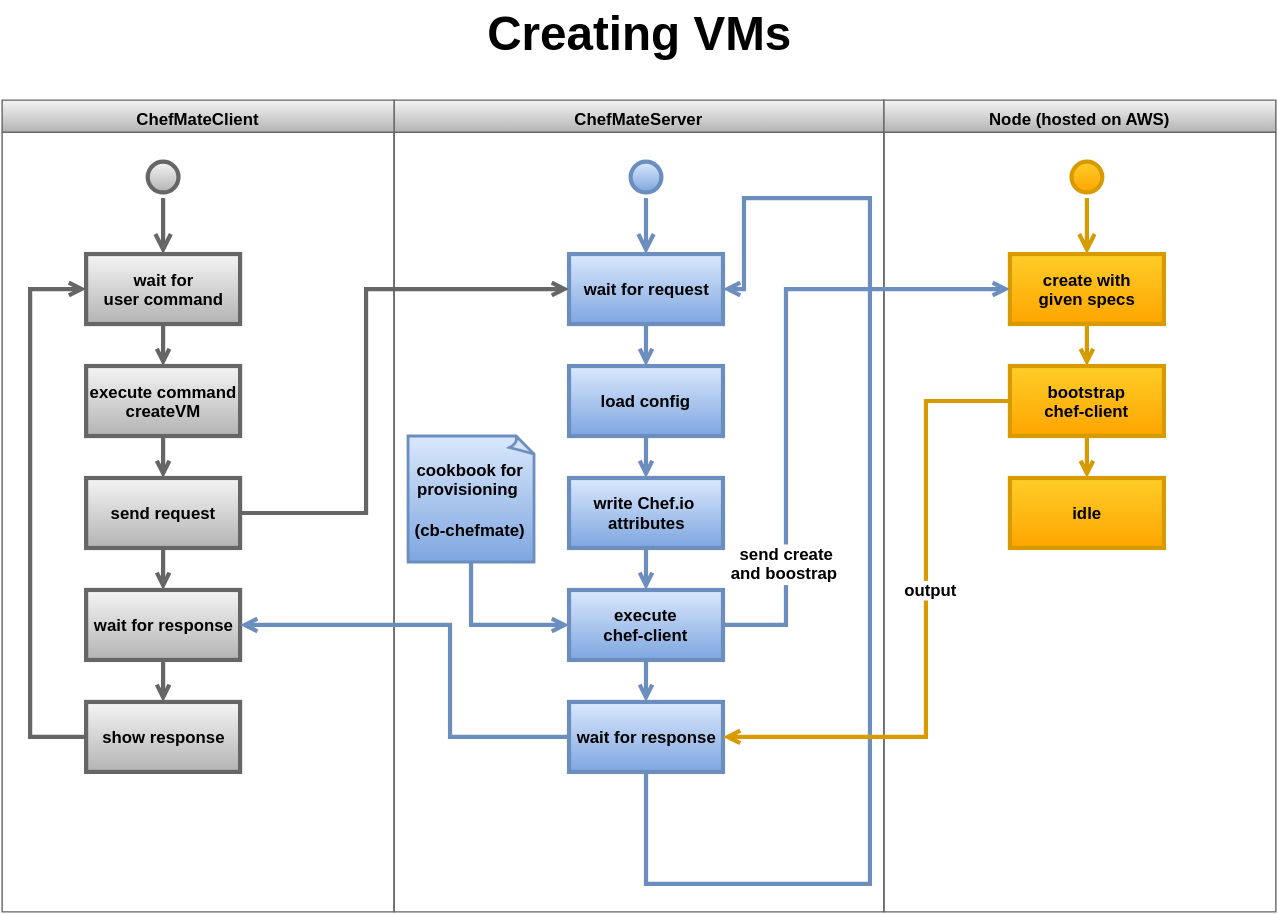
APIBrickwork/AWSLambda-gRPC-API keeps this draw.io diagram as chefmateserver/diagrams/createVM_activitydiag.svg. Above is the earlier version. Source tidied: cells renumbered, new cells last; positions are measured from the earlier drawing's top-left corner, leaving out a move shared by most shapes.
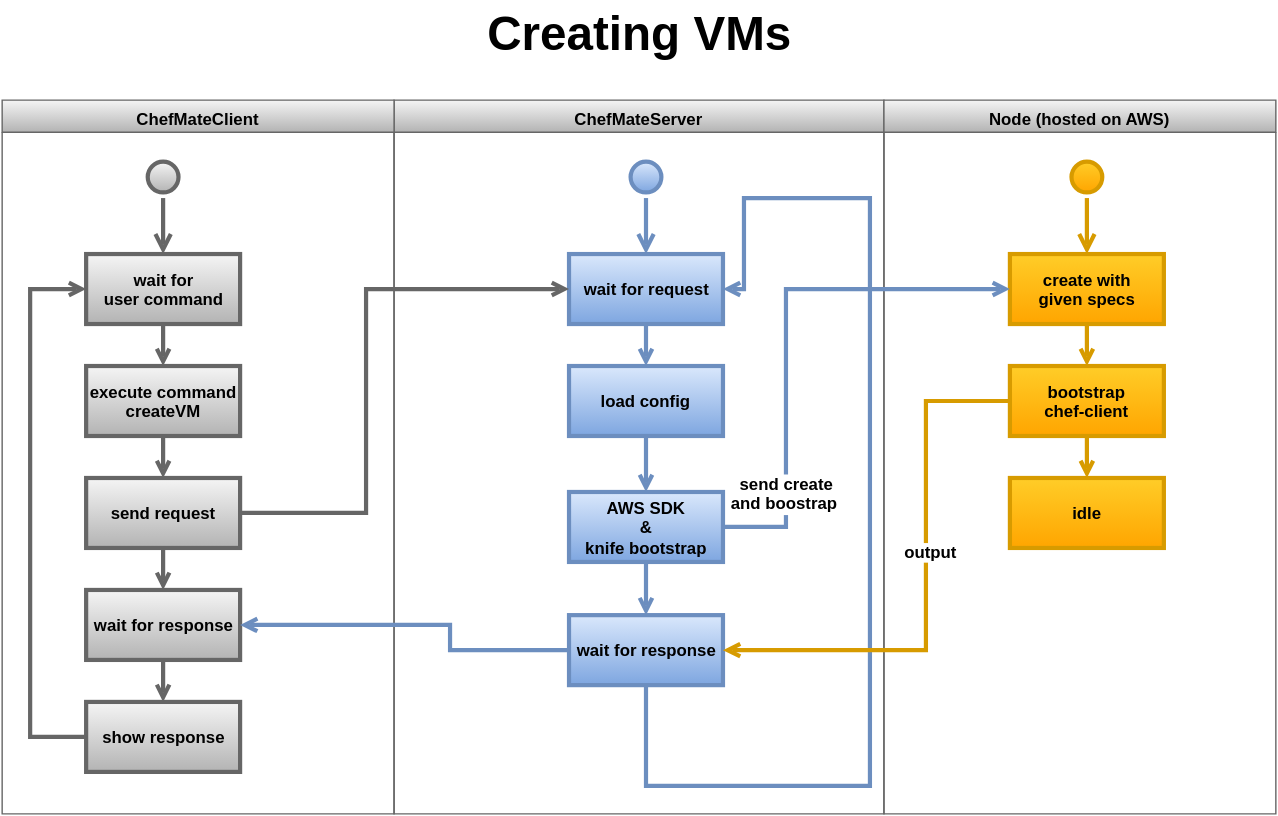
After the commit.

Commit message:
Adapted createVM activity diagrams to match new approach with AWS SDK

Change to the diagram source:
```diff
@@ -3,7 +3,7 @@
     <mxCell id="0" style="html=1;" />
     <mxCell id="1" style="html=1;" parent="0" />
     <mxCell id="2" value="ChefMateServer" style="swimlane;whiteSpace=wrap;html=1;shadow=0;plain-gray;" parent="1" vertex="1">
-      <mxGeometry x="280" y="70" width="350" height="580" as="geometry" />
+      <mxGeometry x="280" y="70" width="350" height="510" as="geometry" />
     </mxCell>
     <mxCell id="3" style="ellipse;shape=startState;html=1;strokeWidth=3;shadow=0;plain-blue;" parent="2" vertex="1">
       <mxGeometry x="165" y="40" width="30" height="30" as="geometry" />
@@ -20,47 +20,31 @@
     <mxCell id="7" style="endArrow=open;endFill=1;rounded=0;html=1;fontStyle=1;strokeWidth=3;shadow=0;plain-blue;" parent="2" edge="1" source="5" target="6">
       <mxGeometry relative="1" as="geometry" />
     </mxCell>
-    <mxCell id="8" style="edgeStyle=none;rounded=0;html=1;exitX=0.5;exitY=1;entryX=0.5;entryY=0;shadow=0;endArrow=open;endFill=0;jettySize=auto;strokeWidth=3;plain-blue;" parent="2" edge="1" source="9" target="12">
-      <mxGeometry relative="1" as="geometry" />
-    </mxCell>
-    <mxCell id="9" value="write Chef.io&amp;nbsp;&lt;br&gt;attributes" style="text;html=1;align=center;verticalAlign=middle;fontStyle=1;strokeWidth=3;shadow=0;plain-blue;" parent="2" vertex="1">
-      <mxGeometry x="125" y="270" width="110" height="50" as="geometry" />
-    </mxCell>
-    <mxCell id="10" style="endArrow=open;endFill=1;rounded=0;html=1;fontStyle=1;strokeWidth=3;shadow=0;plain-blue;" parent="2" edge="1" source="6" target="9">
+    <mxCell id="10" style="endArrow=open;endFill=1;rounded=0;html=1;fontStyle=1;strokeWidth=3;shadow=0;plain-blue;" parent="2" edge="1" source="6" target="12">
       <mxGeometry relative="1" as="geometry" />
     </mxCell>
+    <mxCell id="12" value="AWS SDK&lt;br&gt;&amp;amp;&lt;br&gt;knife bootstrap" style="text;html=1;align=center;verticalAlign=middle;fontStyle=1;strokeWidth=3;shadow=0;plain-blue;" parent="2" vertex="1">
+      <mxGeometry x="125" y="280" width="110" height="50" as="geometry" />
+    </mxCell>
+    <mxCell id="16" value="wait for response" style="text;html=1;align=center;verticalAlign=middle;fontStyle=1;strokeWidth=3;shadow=0;plain-blue;" parent="2" vertex="1">
+      <mxGeometry x="125" y="368" width="110" height="50" as="geometry" />
+    </mxCell>
     <mxCell id="11" style="edgeStyle=none;rounded=0;html=1;exitX=0.5;exitY=1;shadow=0;endArrow=open;endFill=0;jettySize=auto;strokeWidth=3;plain-blue;" parent="2" edge="1" source="12" target="16">
       <mxGeometry relative="1" as="geometry" />
     </mxCell>
-    <mxCell id="12" value="execute&lt;br&gt;chef-client&lt;br&gt;" style="text;html=1;align=center;verticalAlign=middle;fontStyle=1;strokeWidth=3;shadow=0;plain-blue;" parent="2" vertex="1">
-      <mxGeometry x="125" y="350" width="110" height="50" as="geometry" />
-    </mxCell>
-    <mxCell id="13" style="edgeStyle=none;rounded=0;html=1;exitX=0.5;exitY=1;exitPerimeter=0;entryX=0;entryY=0.5;shadow=0;endArrow=open;endFill=0;jettySize=auto;strokeWidth=3;plain-blue;" parent="2" edge="1" source="14" target="12">
-      <mxGeometry relative="1" as="geometry">
-        <Array as="points">
-          <mxPoint x="55" y="375" />
-        </Array>
-      </mxGeometry>
-    </mxCell>
-    <mxCell id="14" value="&lt;div&gt;&lt;b&gt;cookbook for&lt;/b&gt;&lt;b&gt;&lt;br&gt;&lt;/b&gt;&lt;/div&gt;&lt;b&gt;provisioning&amp;nbsp;&lt;br&gt;&lt;br&gt;(cb-chefmate)&lt;/b&gt;" style="strokeWidth=2;whiteSpace=wrap;html=1;shape=mxgraph.basic.document;shadow=0;plain-blue;" parent="2" vertex="1">
-      <mxGeometry x="10" y="240" width="90" height="90" as="geometry" />
-    </mxCell>
     <mxCell id="15" style="edgeStyle=none;rounded=0;html=1;exitX=0.5;exitY=1;entryX=1;entryY=0.5;shadow=0;endArrow=open;endFill=0;jettySize=auto;strokeWidth=3;plain-blue;" parent="2" edge="1" source="16" target="5">
       <mxGeometry relative="1" as="geometry">
         <Array as="points">
-          <mxPoint x="180" y="560" />
-          <mxPoint x="340" y="560" />
+          <mxPoint x="180" y="490" />
+          <mxPoint x="340" y="490" />
           <mxPoint x="340" y="70" />
           <mxPoint x="250" y="70" />
           <mxPoint x="250" y="135" />
         </Array>
       </mxGeometry>
     </mxCell>
-    <mxCell id="16" value="wait for response" style="text;html=1;align=center;verticalAlign=middle;fontStyle=1;strokeWidth=3;shadow=0;plain-blue;" parent="2" vertex="1">
-      <mxGeometry x="125" y="430" width="110" height="50" as="geometry" />
-    </mxCell>
     <mxCell id="17" value="Node (hosted on AWS)" style="swimlane;whiteSpace=wrap;html=1;shadow=0;plain-gray;" parent="1" vertex="1">
-      <mxGeometry x="630" y="70" width="280" height="580" as="geometry" />
+      <mxGeometry x="630" y="70" width="280" height="510" as="geometry" />
     </mxCell>
     <mxCell id="18" style="ellipse;shape=startState;html=1;strokeWidth=3;shadow=0;plain-orange;" parent="17" vertex="1">
       <mxGeometry x="130" y="40" width="30" height="30" as="geometry" />
@@ -74,17 +58,17 @@
     <mxCell id="21" style="endArrow=open;endFill=1;rounded=0;html=1;fontStyle=1;strokeWidth=3;shadow=0;plain-orange;entryX=0.5;entryY=0;" parent="17" edge="1" source="20" target="23">
       <mxGeometry x="145" y="160" as="geometry" />
     </mxCell>
-    <mxCell id="22" style="edgeStyle=none;rounded=0;html=1;exitX=0.5;exitY=1;entryX=0.5;entryY=0;shadow=0;endArrow=open;endFill=0;jettySize=auto;strokeWidth=3;plain-orange;" parent="17" edge="1" source="23" target="24">
-      <mxGeometry relative="1" as="geometry" />
-    </mxCell>
     <mxCell id="23" value="bootstrap&lt;br&gt;chef-client" style="text;html=1;align=center;verticalAlign=middle;fontStyle=1;strokeWidth=3;shadow=0;plain-orange;" parent="17" vertex="1">
       <mxGeometry x="90" y="190" width="110" height="50" as="geometry" />
     </mxCell>
     <mxCell id="24" value="idle" style="text;html=1;align=center;verticalAlign=middle;fontStyle=1;strokeWidth=3;shadow=0;plain-orange;" parent="17" vertex="1">
       <mxGeometry x="90" y="270" width="110" height="50" as="geometry" />
     </mxCell>
+    <mxCell id="22" style="edgeStyle=none;rounded=0;html=1;exitX=0.5;exitY=1;entryX=0.5;entryY=0;shadow=0;endArrow=open;endFill=0;jettySize=auto;strokeWidth=3;plain-orange;" parent="17" edge="1" source="23" target="24">
+      <mxGeometry relative="1" as="geometry" />
+    </mxCell>
     <mxCell id="25" value="ChefMateClient" style="swimlane;whiteSpace=wrap;html=1;shadow=0;plain-gray;" parent="1" vertex="1">
-      <mxGeometry y="70" width="280" height="580" as="geometry" />
+      <mxGeometry y="70" width="280" height="510" as="geometry" />
     </mxCell>
     <mxCell id="26" style="ellipse;shape=startState;html=1;strokeWidth=3;shadow=0;plain-gray;" parent="25" vertex="1">
       <mxGeometry x="100" y="40" width="30" height="30" as="geometry" />
@@ -101,21 +85,24 @@
     <mxCell id="30" style="endArrow=open;endFill=1;rounded=0;html=1;fontStyle=1;strokeWidth=3;shadow=0;plain-gray;" parent="25" edge="1" source="28" target="29">
       <mxGeometry relative="1" as="geometry" />
     </mxCell>
-    <mxCell id="31" style="edgeStyle=none;rounded=0;html=1;exitX=0.5;exitY=1;shadow=0;endArrow=open;endFill=0;jettySize=auto;strokeWidth=3;plain-gray;" parent="25" edge="1" source="32" target="35">
-      <mxGeometry relative="1" as="geometry" />
-    </mxCell>
     <mxCell id="32" value="send request" style="text;html=1;align=center;verticalAlign=middle;fontStyle=1;strokeWidth=3;shadow=0;plain-gray;" parent="25" vertex="1">
       <mxGeometry x="60" y="270" width="110" height="50" as="geometry" />
     </mxCell>
     <mxCell id="33" style="endArrow=open;endFill=1;rounded=0;html=1;fontStyle=1;strokeWidth=3;shadow=0;plain-gray;" parent="25" edge="1" source="29" target="32">
       <mxGeometry relative="1" as="geometry" />
     </mxCell>
+    <mxCell id="35" value="wait for response" style="text;html=1;align=center;verticalAlign=middle;fontStyle=1;strokeWidth=3;shadow=0;plain-gray;" parent="25" vertex="1">
+      <mxGeometry x="60" y="350" width="110" height="50" as="geometry" />
+    </mxCell>
+    <mxCell id="31" style="edgeStyle=none;rounded=0;html=1;exitX=0.5;exitY=1;shadow=0;endArrow=open;endFill=0;jettySize=auto;strokeWidth=3;plain-gray;" parent="25" edge="1" source="32" target="35">
+      <mxGeometry relative="1" as="geometry" />
+    </mxCell>
     <mxCell id="34" style="edgeStyle=none;rounded=0;html=1;exitX=0.5;exitY=1;entryX=0.5;entryY=0;shadow=0;endArrow=open;endFill=0;jettySize=auto;strokeWidth=3;plain-gray;" parent="25" edge="1" source="35" target="37">
       <mxGeometry relative="1" as="geometry" />
     </mxCell>
-    <mxCell id="35" value="wait for response" style="text;html=1;align=center;verticalAlign=middle;fontStyle=1;strokeWidth=3;shadow=0;plain-gray;" parent="25" vertex="1">
-      <mxGeometry x="60" y="350" width="110" height="50" as="geometry" />
-    </mxCell>
+    <mxCell id="37" value="show response" style="text;html=1;align=center;verticalAlign=middle;fontStyle=1;strokeWidth=3;shadow=0;plain-gray;" parent="25" vertex="1">
+      <mxGeometry x="60" y="430" width="110" height="50" as="geometry" />
+    </mxCell>
     <mxCell id="36" style="edgeStyle=none;rounded=0;html=1;exitX=0;exitY=0.5;entryX=0;entryY=0.5;shadow=0;endArrow=open;endFill=0;jettySize=auto;strokeWidth=3;plain-gray;" parent="25" edge="1" source="37" target="28">
       <mxGeometry relative="1" as="geometry">
         <Array as="points">
@@ -124,9 +111,6 @@
         </Array>
       </mxGeometry>
     </mxCell>
-    <mxCell id="37" value="show response" style="text;html=1;align=center;verticalAlign=middle;fontStyle=1;strokeWidth=3;shadow=0;plain-gray;" parent="25" vertex="1">
-      <mxGeometry x="60" y="430" width="110" height="50" as="geometry" />
-    </mxCell>
     <mxCell id="38" style="edgeStyle=none;rounded=0;html=1;exitX=1;exitY=0.5;entryX=0;entryY=0.5;shadow=0;endArrow=open;endFill=0;jettySize=auto;strokeWidth=3;plain-gray;" parent="1" edge="1" source="32" target="5">
       <mxGeometry relative="1" as="geometry">
         <Array as="points">
@@ -141,7 +125,7 @@
     <mxCell id="40" style="edgeStyle=none;rounded=0;html=1;exitX=1;exitY=0.5;entryX=0;entryY=0.5;shadow=0;endArrow=open;endFill=0;jettySize=auto;strokeWidth=3;plain-blue;" parent="1" edge="1" source="12" target="20">
       <mxGeometry relative="1" as="geometry">
         <Array as="points">
-          <mxPoint x="560" y="445" />
+          <mxPoint x="560" y="375" />
           <mxPoint x="560" y="205" />
         </Array>
       </mxGeometry>
@@ -155,7 +139,7 @@
       <mxGeometry relative="1" as="geometry">
         <Array as="points">
           <mxPoint x="660" y="285" />
-          <mxPoint x="660" y="525" />
+          <mxPoint x="660" y="463" />
         </Array>
       </mxGeometry>
     </mxCell>
@@ -165,7 +149,7 @@
     <mxCell id="44" style="edgeStyle=none;rounded=0;html=1;exitX=0;exitY=0.5;entryX=1;entryY=0.5;shadow=0;endArrow=open;endFill=0;jettySize=auto;strokeWidth=3;plain-blue;" parent="1" edge="1" source="16" target="35">
       <mxGeometry relative="1" as="geometry">
         <Array as="points">
-          <mxPoint x="320" y="525" />
+          <mxPoint x="320" y="463" />
           <mxPoint x="320" y="445" />
         </Array>
       </mxGeometry>
```
